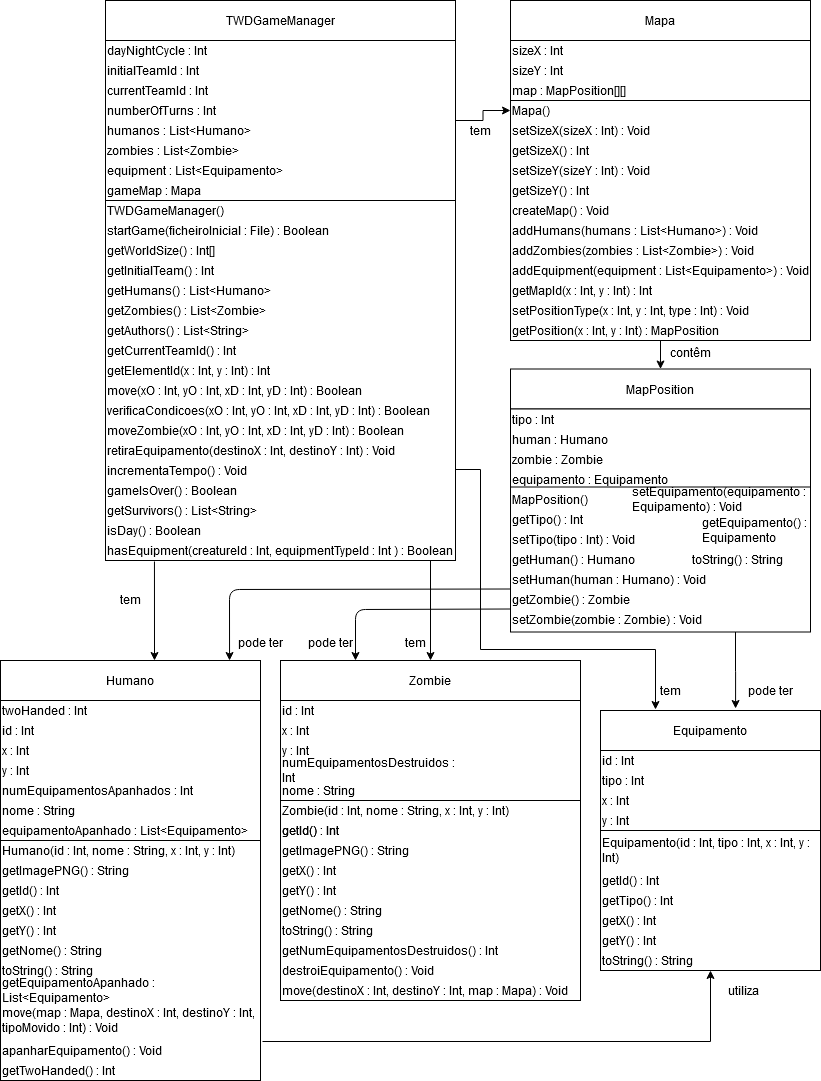
Before: diagrama.png, a diagram exported from draw.io (DiogoAraujoHUB/LP2WalkingDEISI). Source tidied: cells renumbered, new cells last; positions are measured from the earlier drawing's top-left corner, leaving out a move shared by most shapes.
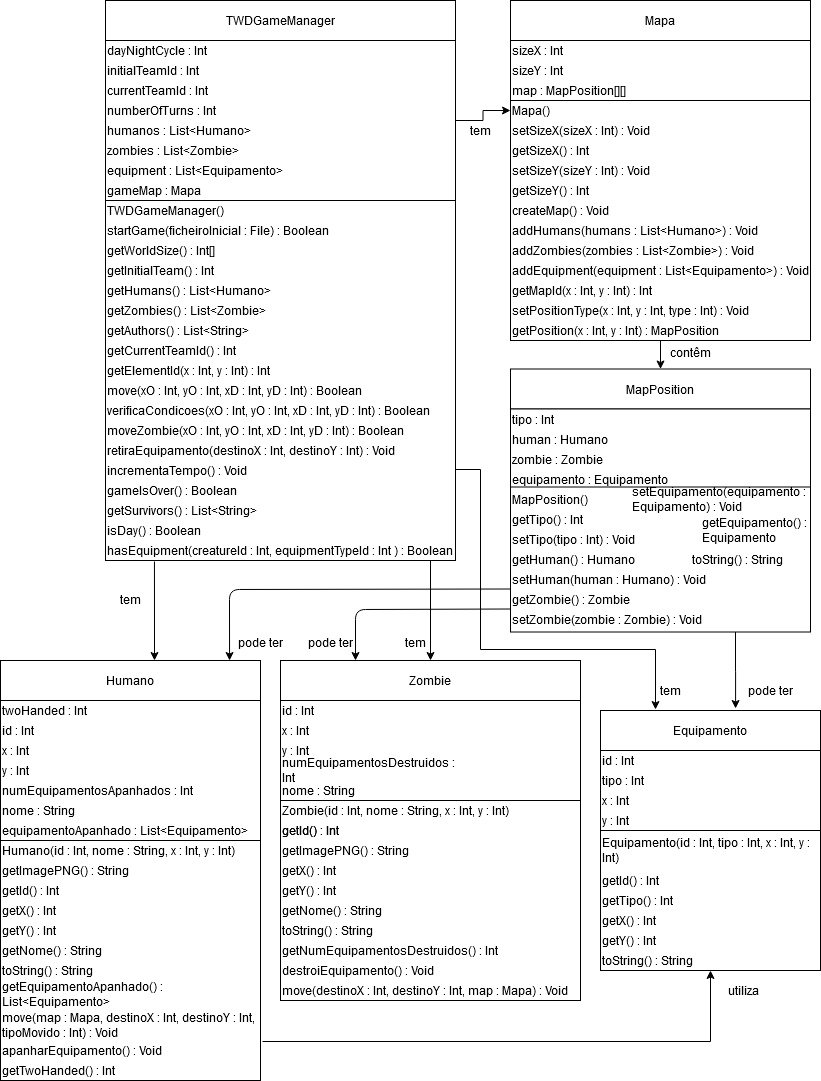
After the change.

Commit message:
Removi algumas funções desnecessárias e adicionei o diagrama UML(corrigi um erro).

The edit, as a diff of the source:
```diff
@@ -208,11 +208,11 @@
     <mxCell id="65" value="toString() : String" style="text;html=1;strokeColor=none;fillColor=none;align=left;verticalAlign=middle;whiteSpace=wrap;rounded=0;" parent="1" vertex="1">
       <mxGeometry y="960" width="250" height="20" as="geometry" />
     </mxCell>
-    <mxCell id="66" value="getEquipamentoApanhado : List&amp;lt;Equipamento&amp;gt;" style="text;html=1;strokeColor=none;fillColor=none;align=left;verticalAlign=middle;whiteSpace=wrap;rounded=0;" parent="1" vertex="1">
-      <mxGeometry y="980" width="260" height="20" as="geometry" />
+    <mxCell id="66" value="getEquipamentoApanhado() : List&amp;lt;Equipamento&amp;gt;" style="text;html=1;strokeColor=none;fillColor=none;align=left;verticalAlign=middle;whiteSpace=wrap;rounded=0;" parent="1" vertex="1">
+      <mxGeometry y="984" width="260" height="20" as="geometry" />
     </mxCell>
     <mxCell id="67" value="move(map : Mapa, destinoX : Int, destinoY : Int, tipoMovido : Int) : Void" style="text;html=1;strokeColor=none;fillColor=none;align=left;verticalAlign=middle;whiteSpace=wrap;rounded=0;" parent="1" vertex="1">
-      <mxGeometry y="1010" width="270" height="20" as="geometry" />
+      <mxGeometry y="1015" width="270" height="20" as="geometry" />
     </mxCell>
     <mxCell id="68" value="apanharEquipamento() : Void" style="text;html=1;strokeColor=none;fillColor=none;align=left;verticalAlign=middle;whiteSpace=wrap;rounded=0;" parent="1" vertex="1">
       <mxGeometry y="1040" width="250" height="20" as="geometry" />
```
